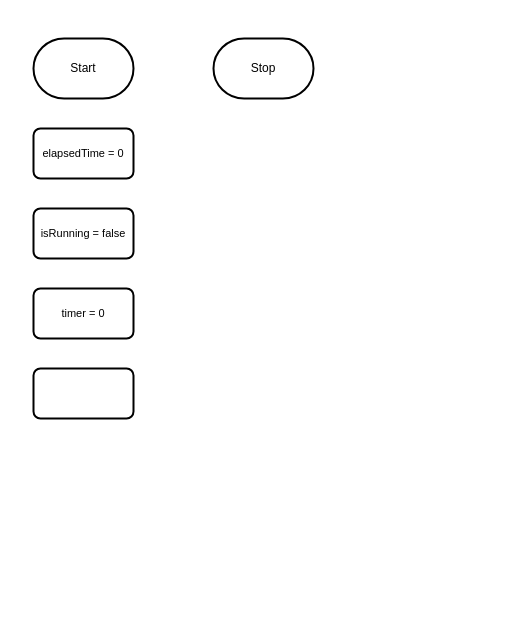
The draw.io diagram design/flowchart.drawio in lucas-nguyen0/ICD2O-Final-Project-lucas.nguyen, before the edit. Source tidied: cells renumbered, new cells numbered last; positions are measured from the earlier drawing's top-left corner, leaving out a move shared by most shapes. Both pictures are drawn from the tidied source at 100%, with x=0, y=0 at pixel (33, 38).
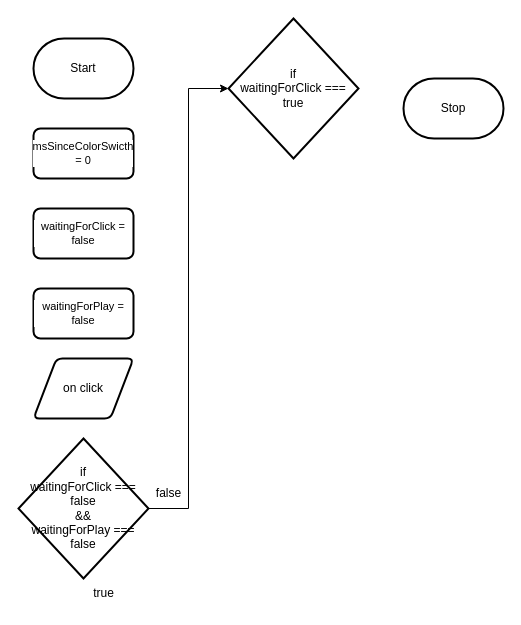
The same diagram, later.

Commit message (it also covers changes not shown here):
updated flowchart and storyboards

Change to the diagram source:
```diff
@@
 <mxGraphModel>
   <root>
     <mxCell id="0" />
     <mxCell id="1" parent="0" />
     <mxCell id="2" value="Start" style="strokeWidth=2;html=1;shape=mxgraph.flowchart.terminator;whiteSpace=wrap;" parent="1" vertex="1">
       <mxGeometry width="100" height="60" as="geometry" />
     </mxCell>
     <mxCell id="3" value="Stop" style="strokeWidth=2;html=1;shape=mxgraph.flowchart.terminator;whiteSpace=wrap;" parent="1" vertex="1">
-      <mxGeometry x="180" width="100" height="60" as="geometry" />
+      <mxGeometry x="370" y="40" width="100" height="60" as="geometry" />
     </mxCell>
-    <mxCell id="4" value="elapsedTime = 0" style="rounded=1;whiteSpace=wrap;html=1;absoluteArcSize=1;arcSize=14;strokeWidth=2;fontFamily=Helvetica;fontSize=11;fontColor=default;labelBackgroundColor=default;" parent="1" vertex="1">
+    <mxCell id="4" value="msSinceColorSwicth = 0" style="rounded=1;whiteSpace=wrap;html=1;absoluteArcSize=1;arcSize=14;strokeWidth=2;fontFamily=Helvetica;fontSize=11;fontColor=default;labelBackgroundColor=default;" parent="1" vertex="1">
       <mxGeometry y="90" width="100" height="50" as="geometry" />
     </mxCell>
-    <mxCell id="5" value="isRunning = false" style="rounded=1;whiteSpace=wrap;html=1;absoluteArcSize=1;arcSize=14;strokeWidth=2;fontFamily=Helvetica;fontSize=11;fontColor=default;labelBackgroundColor=default;" parent="1" vertex="1">
+    <mxCell id="5" value="waitingForClick = false" style="rounded=1;whiteSpace=wrap;html=1;absoluteArcSize=1;arcSize=14;strokeWidth=2;fontFamily=Helvetica;fontSize=11;fontColor=default;labelBackgroundColor=default;" parent="1" vertex="1">
       <mxGeometry y="170" width="100" height="50" as="geometry" />
     </mxCell>
-    <mxCell id="6" value="timer = 0" style="rounded=1;whiteSpace=wrap;html=1;absoluteArcSize=1;arcSize=14;strokeWidth=2;fontFamily=Helvetica;fontSize=11;fontColor=default;labelBackgroundColor=default;" parent="1" vertex="1">
-      <mxGeometry y="250" width="100" height="50" as="geometry" />
-    </mxCell>
-    <mxCell id="7" style="rounded=1;whiteSpace=wrap;html=1;absoluteArcSize=1;arcSize=14;strokeWidth=2;fontFamily=Helvetica;fontSize=11;fontColor=default;labelBackgroundColor=default;" parent="1" vertex="1">
-      <mxGeometry y="330" width="100" height="50" as="geometry" />
-    </mxCell>
+    <mxCell id="8" value="waitingForPlay = false" style="rounded=1;whiteSpace=wrap;html=1;absoluteArcSize=1;arcSize=14;strokeWidth=2;fontFamily=Helvetica;fontSize=11;fontColor=default;labelBackgroundColor=default;" parent="1" vertex="1">
+      <mxGeometry y="250" width="100" height="50" as="geometry" />
+    </mxCell>
+    <mxCell id="9" value="on click" style="shape=parallelogram;html=1;strokeWidth=2;perimeter=parallelogramPerimeter;whiteSpace=wrap;rounded=1;arcSize=12;size=0.23;" parent="1" vertex="1">
+      <mxGeometry y="320" width="100" height="60" as="geometry" />
+    </mxCell>
+    <mxCell id="10" value="if&lt;div&gt;waitingForClick === false&lt;/div&gt;&lt;div&gt;&amp;amp;&amp;amp;&lt;/div&gt;&lt;div&gt;waitingForPlay === false&lt;/div&gt;" style="strokeWidth=2;html=1;shape=mxgraph.flowchart.decision;whiteSpace=wrap;" parent="1" vertex="1">
+      <mxGeometry x="-15" y="400" width="130" height="140" as="geometry" />
+    </mxCell>
+    <mxCell id="11" value="if&lt;div&gt;waitingForClick === true&lt;/div&gt;" style="strokeWidth=2;html=1;shape=mxgraph.flowchart.decision;whiteSpace=wrap;" parent="1" vertex="1">
+      <mxGeometry x="195" y="-20" width="130" height="140" as="geometry" />
+    </mxCell>
+    <mxCell id="12" style="edgeStyle=orthogonalEdgeStyle;html=1;exitX=1;exitY=0.5;exitDx=0;exitDy=0;exitPerimeter=0;entryX=0;entryY=0.5;entryDx=0;entryDy=0;entryPerimeter=0;rounded=0;curved=0;" parent="1" edge="1" source="10" target="11">
+      <mxGeometry relative="1" as="geometry" />
+    </mxCell>
+    <mxCell id="13" value="true" style="text;html=1;align=center;verticalAlign=middle;strokeColor=none;fillColor=none;" parent="1" vertex="1">
+      <mxGeometry x="50" y="540" width="40" height="30" as="geometry" />
+    </mxCell>
+    <mxCell id="14" value="false" style="text;html=1;align=center;verticalAlign=middle;strokeColor=none;fillColor=none;" parent="1" vertex="1">
+      <mxGeometry x="110" y="440" width="50" height="30" as="geometry" />
+    </mxCell>
   </root>
 </mxGraphModel>
```
